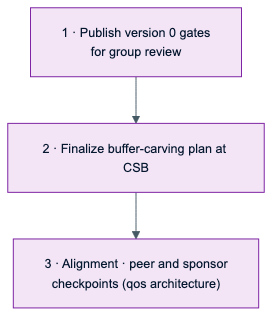
This is assets/diagrams/b6/b6-slide07-next-steps.png from upscale-ai-network/agent-template, a Mermaid export, as it was before one commit. Its source is kept beside it as assets/diagrams/b6/b6-slide07-next-steps.mmd.
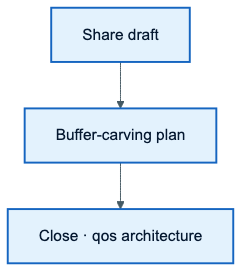
Above is the later version.

The edit, as a diff of the source:
```diff
@@ -1,9 +1,9 @@
-%%{init: {'theme': 'base', 'themeVariables': { 'fontSize': '13px'}}}%%
+%%{init: {'theme': 'base', 'themeVariables': { 'fontSize': '16px'}}}%%
 flowchart TB
-  N1["1 · Publish version 0 gates<br/>for group review"]
-  N2["2 · Finalize buffer-carving plan at CSB"]
-  N3["3 · Alignment · peer and sponsor<br/>checkpoints (qos architecture)"]
+  N1["Share draft"]
+  N2["Buffer-carving plan"]
+  N3["Close · qos architecture"]
   N1 --> N2 --> N3
 
-  classDef act fill:#F3E5F5,stroke:#7B1FA2,color:#051830
+  classDef act fill:#E3F2FD,stroke:#1565C0,color:#051830,stroke-width:2px
   class N1,N2,N3 act
```
